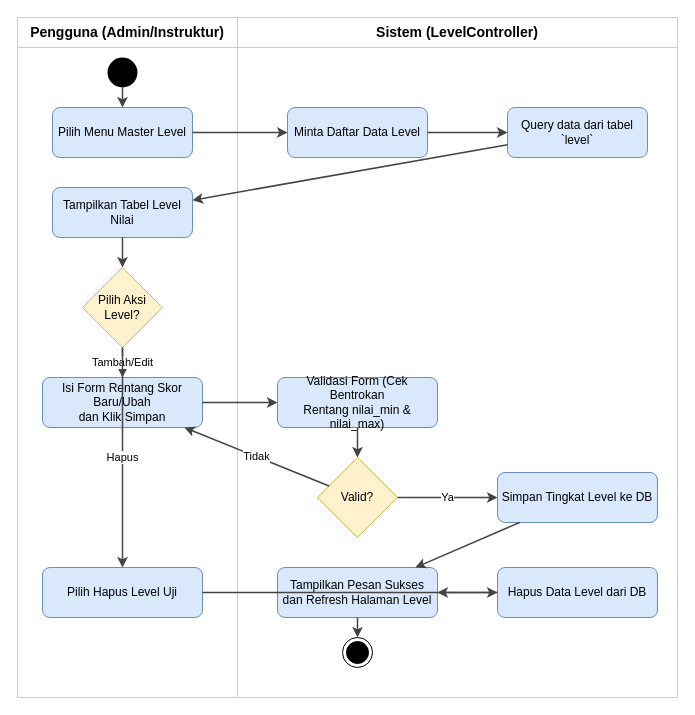
This is page "Level" (3 of 8) of docs/activity.drawio from fikriks/quiz-shift-web, a draw.io file, before an edit. Source tidied: cells renumbered, new cells numbered last; positions are measured from the earlier drawing's top-left corner, leaving out a move shared by most shapes. Both pictures are drawn from the tidied source at 100%, with x=0, y=0 at pixel (17, 17).
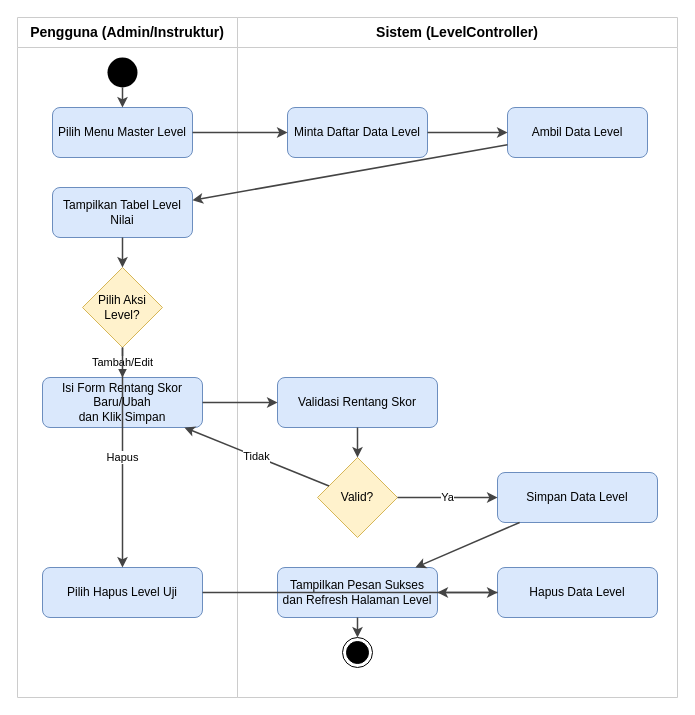
After the change.

The edit, as a diff of the source:
```diff
@@
-    <mxCell id="7" value="Query data dari tabel `level`" style="rounded=1;whiteSpace=wrap;html=1;fillColor=#dae8fc;strokeColor=#6c8ebf;" parent="1" vertex="1">
+    <mxCell id="7" value="Ambil Data Level" style="rounded=1;whiteSpace=wrap;html=1;fillColor=#dae8fc;strokeColor=#6c8ebf;" parent="1" vertex="1">
       <mxGeometry x="490" y="90" width="140" height="50" as="geometry" />
     </mxCell>
@@
-    <mxCell id="11" value="Validasi Form (Cek Bentrokan&#10;Rentang nilai_min &amp; nilai_max)" style="rounded=1;whiteSpace=wrap;html=1;fillColor=#dae8fc;strokeColor=#6c8ebf;" parent="1" vertex="1">
+    <mxCell id="11" value="Validasi Rentang Skor" style="rounded=1;whiteSpace=wrap;html=1;fillColor=#dae8fc;strokeColor=#6c8ebf;" parent="1" vertex="1">
       <mxGeometry x="260" y="360" width="160" height="50" as="geometry" />
     </mxCell>
@@
-    <mxCell id="13" value="Simpan Tingkat Level ke DB" style="rounded=1;whiteSpace=wrap;html=1;fillColor=#dae8fc;strokeColor=#6c8ebf;" parent="1" vertex="1">
+    <mxCell id="13" value="Simpan Data Level" style="rounded=1;whiteSpace=wrap;html=1;fillColor=#dae8fc;strokeColor=#6c8ebf;" parent="1" vertex="1">
       <mxGeometry x="480" y="455" width="160" height="50" as="geometry" />
     </mxCell>
@@
-    <mxCell id="15" value="Hapus Data Level dari DB" style="rounded=1;whiteSpace=wrap;html=1;fillColor=#dae8fc;strokeColor=#6c8ebf;" parent="1" vertex="1">
+    <mxCell id="15" value="Hapus Data Level" style="rounded=1;whiteSpace=wrap;html=1;fillColor=#dae8fc;strokeColor=#6c8ebf;" parent="1" vertex="1">
       <mxGeometry x="480" y="550" width="160" height="50" as="geometry" />
     </mxCell>
```
